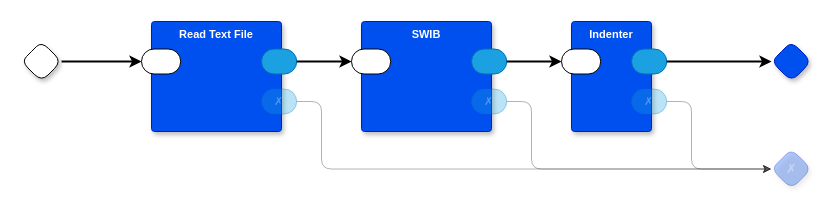
guitarvydas/das2json keeps this draw.io diagram as page "main" (1 of 4) of das2json.drawio. Above is the earlier version. Source tidied: cells renumbered, new cells numbered last; positions are measured from the earlier drawing's top-left corner, leaving out a move shared by most shapes. Both pictures are drawn from the tidied source at 100%, with x=0, y=0 at pixel (21, 21).
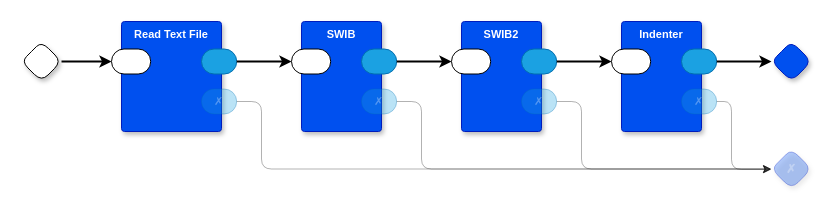
The same diagram, later.

Unchanged cells that the change refers to:
```xml
<mxCell id="10" style="rhombus;whiteSpace=wrap;rounded=1;fontStyle=1;glass=0;sketch=0;fontSize=12;points=[[0,0.5,0,0,0],[0.5,0,0,0,0],[0.5,1,0,0,0],[1,0.5,0,0,0]];shadow=1;fillColor=#0050ef;fontColor=#ffffff;strokeColor=#001DBC;fontFamily=Helvetica;labelBackgroundColor=none;" parent="1" vertex="1">
  <mxGeometry x="750" y="20" width="40" height="40" as="geometry" />
</mxCell>
<mxCell id="11" value="✗" style="rhombus;whiteSpace=wrap;rounded=1;fillColor=#0050ef;fontColor=#ffffff;strokeColor=#001DBC;fontStyle=1;glass=0;sketch=0;fontSize=12;points=[[0,0.5,0,0,0],[0.5,0,0,0,0],[0.5,1,0,0,0],[1,0.5,0,0,0]];shadow=1;opacity=30;textOpacity=30;fontFamily=Helvetica;labelBackgroundColor=none;" parent="1" vertex="1">
  <mxGeometry x="750" y="127.5" width="40" height="40" as="geometry" />
</mxCell>
<mxCell id="18" style="rounded=1;whiteSpace=wrap;sketch=0;points=[[0,0.5,0,0,0],[1,0.5,0,0,0]];arcSize=50;fontFamily=Helvetica;fontSize=11;fontColor=default;labelBackgroundColor=none;" parent="17" vertex="1">
  <mxGeometry x="-10" y="27.5" width="39.2" height="25" as="geometry" />
</mxCell>
<mxCell id="19" style="rounded=1;whiteSpace=wrap;sketch=0;points=[[0,0.5,0,0,0],[1,0.5,0,0,0]];fillColor=#1ba1e2;fontColor=#ffffff;strokeColor=#006EAF;arcSize=50;fontFamily=Helvetica;fontSize=11;labelBackgroundColor=none;" parent="17" vertex="1">
  <mxGeometry x="60" y="27.5" width="35.2" height="25" as="geometry" />
</mxCell>
<mxCell id="20" value="✗" style="rounded=1;whiteSpace=wrap;sketch=0;points=[[0,0.5,0,0,0],[1,0.5,0,0,0]];fillColor=#1ba1e2;fontColor=#ffffff;strokeColor=#006EAF;arcSize=50;fontFamily=Helvetica;fontSize=11;textOpacity=30;opacity=30;labelBackgroundColor=none;" parent="17" vertex="1">
  <mxGeometry x="60" y="67.5" width="35.2" height="25" as="geometry" />
</mxCell>
```

Change to the diagram source:
```diff
@@
     <mxCell id="2" value="Read Text File" style="rounded=1;whiteSpace=wrap;sketch=0;verticalAlign=top;arcSize=6;fontStyle=1;absoluteArcSize=1;shadow=1;strokeColor=#001DBC;fillColor=#0050ef;fontColor=#ffffff;fontFamily=Helvetica;fontSize=11;labelBackgroundColor=none;" parent="1" vertex="1">
-      <mxGeometry x="130" width="130" height="110" as="geometry" />
+      <mxGeometry x="100" width="100" height="110" as="geometry" />
     </mxCell>
@@
     <mxCell id="4" style="rounded=1;whiteSpace=wrap;sketch=0;points=[[0,0.5,0,0,0],[1,0.5,0,0,0]];fillColor=#1ba1e2;fontColor=#ffffff;strokeColor=#006EAF;arcSize=50;fontFamily=Helvetica;fontSize=11;labelBackgroundColor=none;" parent="2" vertex="1">
-      <mxGeometry x="110" y="27.5" width="35.2" height="25" as="geometry" />
+      <mxGeometry x="80" y="27.5" width="35.2" height="25" as="geometry" />
     </mxCell>
     <mxCell id="5" value="✗" style="rounded=1;whiteSpace=wrap;sketch=0;points=[[0,0.5,0,0,0],[1,0.5,0,0,0]];fillColor=#1ba1e2;fontColor=#ffffff;strokeColor=#006EAF;arcSize=50;fontFamily=Helvetica;fontSize=11;textOpacity=30;opacity=30;labelBackgroundColor=none;" parent="2" vertex="1">
-      <mxGeometry x="110" y="67.5" width="35.2" height="25" as="geometry" />
+      <mxGeometry x="80" y="67.5" width="35.2" height="25" as="geometry" />
     </mxCell>
     <mxCell id="6" value="SWIB" style="rounded=1;whiteSpace=wrap;sketch=0;verticalAlign=top;arcSize=6;fontStyle=1;absoluteArcSize=1;shadow=1;strokeColor=#001DBC;fillColor=#0050ef;fontColor=#ffffff;fontFamily=Helvetica;fontSize=11;labelBackgroundColor=none;" parent="1" vertex="1">
-      <mxGeometry x="340" width="130" height="110" as="geometry" />
+      <mxGeometry x="280" width="80" height="110" as="geometry" />
     </mxCell>
@@
     <mxCell id="8" style="rounded=1;whiteSpace=wrap;sketch=0;points=[[0,0.5,0,0,0],[1,0.5,0,0,0]];fillColor=#1ba1e2;fontColor=#ffffff;strokeColor=#006EAF;arcSize=50;fontFamily=Helvetica;fontSize=11;labelBackgroundColor=none;" parent="6" vertex="1">
-      <mxGeometry x="110" y="27.5" width="35.2" height="25" as="geometry" />
+      <mxGeometry x="60" y="27.5" width="35.2" height="25" as="geometry" />
     </mxCell>
     <mxCell id="9" value="✗" style="rounded=1;whiteSpace=wrap;sketch=0;points=[[0,0.5,0,0,0],[1,0.5,0,0,0]];fillColor=#1ba1e2;fontColor=#ffffff;strokeColor=#006EAF;arcSize=50;fontFamily=Helvetica;fontSize=11;textOpacity=30;opacity=30;labelBackgroundColor=none;" parent="6" vertex="1">
-      <mxGeometry x="110" y="67.5" width="35.2" height="25" as="geometry" />
+      <mxGeometry x="60" y="67.5" width="35.2" height="25" as="geometry" />
     </mxCell>
@@
     <mxCell id="14" style="edgeStyle=orthogonalEdgeStyle;curved=0;rounded=1;jettySize=auto;exitX=1;exitY=0.5;exitDx=0;exitDy=0;exitPerimeter=0;entryX=0;entryY=0.5;entryDx=0;entryDy=0;entryPerimeter=0;strokeColor=default;strokeWidth=1;align=center;verticalAlign=middle;fontFamily=Helvetica;fontSize=11;fontColor=default;labelBackgroundColor=default;endArrow=classic;opacity=30;" parent="1" edge="1" source="9" target="11">
       <mxGeometry relative="1" as="geometry">
         <Array as="points">
-          <mxPoint x="510" y="80" />
-          <mxPoint x="510" y="148" />
+          <mxPoint x="400" y="80" />
+          <mxPoint x="400" y="148" />
         </Array>
       </mxGeometry>
     </mxCell>
     <mxCell id="15" style="edgeStyle=orthogonalEdgeStyle;curved=0;rounded=1;jettySize=auto;exitX=1;exitY=0.5;exitDx=0;exitDy=0;exitPerimeter=0;entryX=0;entryY=0.5;entryDx=0;entryDy=0;entryPerimeter=0;opacity=30;strokeColor=default;strokeWidth=1;align=center;verticalAlign=middle;fontFamily=Helvetica;fontSize=11;fontColor=default;labelBackgroundColor=default;endArrow=classic;" parent="1" edge="1" source="5" target="11">
       <mxGeometry relative="1" as="geometry">
         <Array as="points">
-          <mxPoint x="300" y="80" />
-          <mxPoint x="300" y="148" />
+          <mxPoint x="240" y="80" />
+          <mxPoint x="240" y="148" />
         </Array>
       </mxGeometry>
     </mxCell>
@@
     <mxCell id="17" value="Indenter" style="rounded=1;whiteSpace=wrap;sketch=0;verticalAlign=top;arcSize=6;fontStyle=1;absoluteArcSize=1;shadow=1;strokeColor=#001DBC;fillColor=#0050ef;fontColor=#ffffff;fontFamily=Helvetica;fontSize=11;labelBackgroundColor=none;" parent="1" vertex="1">
-      <mxGeometry x="550" width="80" height="110" as="geometry" />
+      <mxGeometry x="600" width="80" height="110" as="geometry" />
     </mxCell>
@@
+    <mxCell id="22" style="edgeStyle=orthogonalEdgeStyle;curved=0;rounded=1;jettySize=auto;html=1;exitX=1;exitY=0.5;exitDx=0;exitDy=0;exitPerimeter=0;strokeColor=default;strokeWidth=1;align=center;verticalAlign=middle;fontFamily=Helvetica;fontSize=11;fontColor=default;labelBackgroundColor=default;endArrow=classic;opacity=30;" parent="1" edge="1" source="20">
+      <mxGeometry relative="1" as="geometry">
+        <mxPoint x="750" y="148" as="targetPoint" />
+        <Array as="points">
+          <mxPoint x="710" y="80" />
+          <mxPoint x="710" y="148" />
+        </Array>
+      </mxGeometry>
+    </mxCell>
+    <mxCell id="24" value="SWIB2" style="rounded=1;whiteSpace=wrap;sketch=0;verticalAlign=top;arcSize=6;fontStyle=1;absoluteArcSize=1;shadow=1;strokeColor=#001DBC;fillColor=#0050ef;fontColor=#ffffff;fontFamily=Helvetica;fontSize=11;labelBackgroundColor=none;" parent="1" vertex="1">
+      <mxGeometry x="440" width="80" height="110" as="geometry" />
+    </mxCell>
+    <mxCell id="25" style="rounded=1;whiteSpace=wrap;sketch=0;points=[[0,0.5,0,0,0],[1,0.5,0,0,0]];arcSize=50;fontFamily=Helvetica;fontSize=11;fontColor=default;labelBackgroundColor=none;" parent="24" vertex="1">
+      <mxGeometry x="-10" y="27.5" width="39.2" height="25" as="geometry" />
+    </mxCell>
+    <mxCell id="26" style="rounded=1;whiteSpace=wrap;sketch=0;points=[[0,0.5,0,0,0],[1,0.5,0,0,0]];fillColor=#1ba1e2;fontColor=#ffffff;strokeColor=#006EAF;arcSize=50;fontFamily=Helvetica;fontSize=11;labelBackgroundColor=none;" parent="24" vertex="1">
+      <mxGeometry x="60" y="27.5" width="35.2" height="25" as="geometry" />
+    </mxCell>
+    <mxCell id="27" value="✗" style="rounded=1;whiteSpace=wrap;sketch=0;points=[[0,0.5,0,0,0],[1,0.5,0,0,0]];fillColor=#1ba1e2;fontColor=#ffffff;strokeColor=#006EAF;arcSize=50;fontFamily=Helvetica;fontSize=11;textOpacity=30;opacity=30;labelBackgroundColor=none;" parent="24" vertex="1">
+      <mxGeometry x="60" y="67.5" width="35.2" height="25" as="geometry" />
+    </mxCell>
-    <mxCell id="21" style="edgeStyle=orthogonalEdgeStyle;curved=0;rounded=1;jettySize=auto;html=1;exitX=1;exitY=0.5;exitDx=0;exitDy=0;exitPerimeter=0;entryX=0;entryY=0.5;entryDx=0;entryDy=0;entryPerimeter=0;strokeColor=default;strokeWidth=2;align=center;verticalAlign=middle;fontFamily=Helvetica;fontSize=11;fontColor=default;labelBackgroundColor=default;endArrow=classic;" parent="1" edge="1" source="19" target="10">
+    <mxCell id="21" style="edgeStyle=orthogonalEdgeStyle;curved=0;rounded=1;jettySize=auto;html=1;exitX=1;exitY=0.5;exitDx=0;exitDy=0;exitPerimeter=0;strokeColor=default;strokeWidth=2;align=center;verticalAlign=middle;fontFamily=Helvetica;fontSize=11;fontColor=default;labelBackgroundColor=default;endArrow=classic;entryX=0;entryY=0.5;entryDx=0;entryDy=0;entryPerimeter=0;" parent="1" edge="1" source="19" target="10">
       <mxGeometry relative="1" as="geometry" />
     </mxCell>
-    <mxCell id="22" style="edgeStyle=orthogonalEdgeStyle;curved=0;rounded=1;jettySize=auto;html=1;exitX=1;exitY=0.5;exitDx=0;exitDy=0;exitPerimeter=0;entryX=0;entryY=0.5;entryDx=0;entryDy=0;entryPerimeter=0;strokeColor=default;strokeWidth=1;align=center;verticalAlign=middle;fontFamily=Helvetica;fontSize=11;fontColor=default;labelBackgroundColor=default;endArrow=classic;opacity=30;" parent="1" edge="1" source="20" target="11">
-      <mxGeometry relative="1" as="geometry">
-        <Array as="points">
-          <mxPoint x="670" y="80" />
-          <mxPoint x="670" y="148" />
-        </Array>
-      </mxGeometry>
-    </mxCell>
-    <mxCell id="23" style="edgeStyle=orthogonalEdgeStyle;curved=0;rounded=1;jettySize=auto;html=1;exitX=1;exitY=0.5;exitDx=0;exitDy=0;exitPerimeter=0;entryX=0;entryY=0.5;entryDx=0;entryDy=0;entryPerimeter=0;strokeColor=default;strokeWidth=2;align=center;verticalAlign=middle;fontFamily=Helvetica;fontSize=11;fontColor=default;labelBackgroundColor=default;endArrow=classic;" parent="1" edge="1" source="8" target="18">
-      <mxGeometry relative="1" as="geometry" />
-    </mxCell>
+    <mxCell id="28" style="edgeStyle=orthogonalEdgeStyle;curved=0;rounded=1;jettySize=auto;html=1;exitX=1;exitY=0.5;exitDx=0;exitDy=0;exitPerimeter=0;entryX=0;entryY=0.5;entryDx=0;entryDy=0;entryPerimeter=0;strokeColor=default;strokeWidth=2;align=center;verticalAlign=middle;fontFamily=Helvetica;fontSize=11;fontColor=default;labelBackgroundColor=default;endArrow=classic;" parent="1" edge="1" source="26" target="18">
+      <mxGeometry relative="1" as="geometry" />
+    </mxCell>
+    <mxCell id="29" style="edgeStyle=orthogonalEdgeStyle;curved=0;rounded=1;jettySize=auto;html=1;exitX=1;exitY=0.5;exitDx=0;exitDy=0;exitPerimeter=0;entryX=0;entryY=0.5;entryDx=0;entryDy=0;entryPerimeter=0;strokeColor=default;strokeWidth=1;align=center;verticalAlign=middle;fontFamily=Helvetica;fontSize=11;fontColor=default;labelBackgroundColor=default;endArrow=classic;opacity=30;" parent="1" edge="1" source="27" target="11">
+      <mxGeometry relative="1" as="geometry">
+        <Array as="points">
+          <mxPoint x="560" y="80" />
+          <mxPoint x="560" y="148" />
+        </Array>
+      </mxGeometry>
+    </mxCell>
+    <mxCell id="30" style="edgeStyle=orthogonalEdgeStyle;curved=0;rounded=1;jettySize=auto;html=1;exitX=1;exitY=0.5;exitDx=0;exitDy=0;exitPerimeter=0;entryX=0;entryY=0.5;entryDx=0;entryDy=0;entryPerimeter=0;strokeColor=default;strokeWidth=2;align=center;verticalAlign=middle;fontFamily=Helvetica;fontSize=11;fontColor=default;labelBackgroundColor=default;endArrow=classic;" parent="1" edge="1" source="8" target="25">
+      <mxGeometry relative="1" as="geometry" />
+    </mxCell>
```
